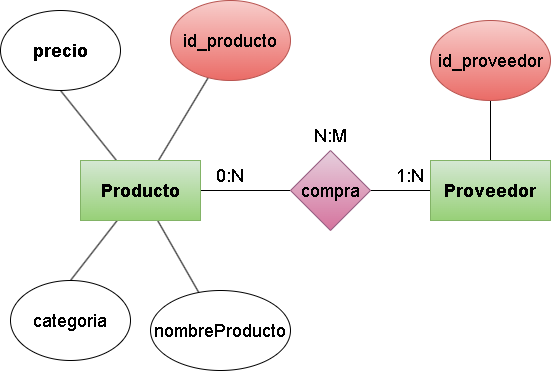
Darkoscurito/Base-de-datos keeps this draw.io diagram as Normalizacion/img/Ejercicio01.drawio.png. Above is the earlier version. Source tidied: cells renumbered, new cells last; positions are measured from the earlier drawing's top-left corner, leaving out a move shared by most shapes.
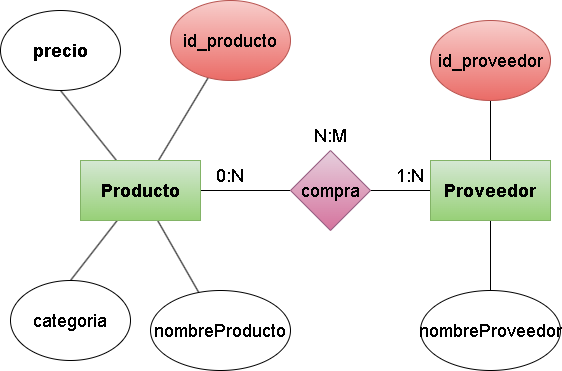
Above is the later version.

What changed in the source:
```diff
@@ -35,6 +35,9 @@
     <mxCell id="12" style="edgeStyle=none;html=1;fontSize=18;endArrow=none;endFill=0;" parent="1" edge="1" source="13" target="16">
       <mxGeometry relative="1" as="geometry" />
     </mxCell>
+    <mxCell id="20" style="edgeStyle=none;html=1;endArrow=none;endFill=0;" parent="1" edge="1" source="13" target="21">
+      <mxGeometry relative="1" as="geometry" />
+    </mxCell>
     <mxCell id="13" value="&lt;b&gt;&lt;font style=&quot;font-size: 18px;&quot;&gt;Proveedor&lt;/font&gt;&lt;/b&gt;" style="rounded=0;whiteSpace=wrap;html=1;fillColor=#d5e8d4;gradientColor=#97d077;strokeColor=#82b366;" parent="1" vertex="1">
       <mxGeometry x="430" y="160" width="120" height="60" as="geometry" />
     </mxCell>
@@ -56,5 +59,8 @@
     <mxCell id="19" value="N:M" style="text;html=1;strokeColor=none;fillColor=none;align=center;verticalAlign=middle;whiteSpace=wrap;rounded=0;fontSize=18;" parent="1" vertex="1">
       <mxGeometry x="300" y="120" width="60" height="30" as="geometry" />
     </mxCell>
+    <mxCell id="21" value="nombreProveedor" style="ellipse;whiteSpace=wrap;html=1;fontSize=18;" parent="1" vertex="1">
+      <mxGeometry x="420" y="290" width="140" height="80" as="geometry" />
+    </mxCell>
   </root>
 </mxGraphModel>
```
